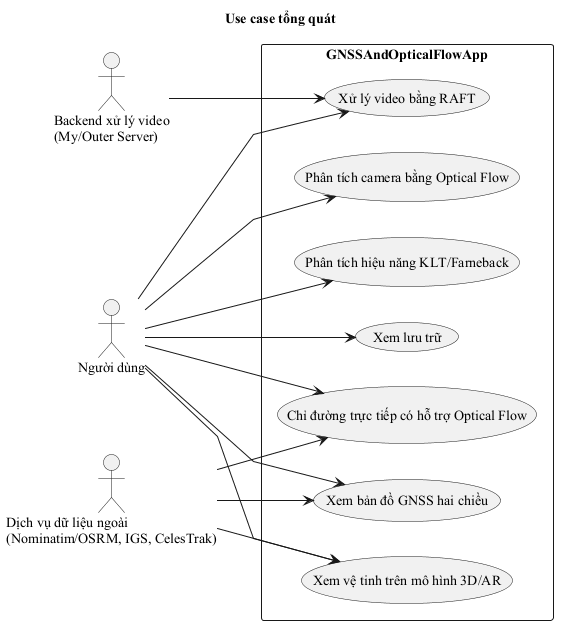
This is figures/usecase_tong_quat.png from thanhmobile080604/My-Thesis-Latex, a PlantUML export, as it was before one commit.
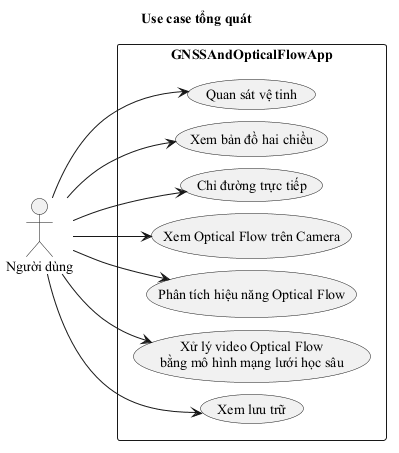
The same diagram one commit later.

Change to the diagram source:
```diff
@@ -1,21 +1,19 @@
 @startuml usecase_tong_quat
 skinparam defaultFontName "Times New Roman"
-skinparam linetype polyline
 left to right direction
+skinparam packageStyle rectangle
+skinparam nodesep 12
 title Use case tổng quát
-skinparam packageStyle rectangle
 
 actor "Người dùng" as User
-actor "Backend xử lý video\n(My/Outer Server)" as Backend
-actor "Dịch vụ dữ liệu ngoài\n(Nominatim/OSRM, IGS, CelesTrak)" as External
 
 rectangle "GNSSAndOpticalFlowApp" {
-  usecase "Xem bản đồ GNSS hai chiều" as UC1
-  usecase "Xem vệ tinh trên mô hình 3D/AR" as UC2
-  usecase "Chỉ đường trực tiếp có hỗ trợ Optical Flow" as UC3
-  usecase "Phân tích camera bằng Optical Flow" as UC4
-  usecase "Phân tích hiệu năng KLT/Farneback" as UC5
-  usecase "Xử lý video bằng RAFT" as UC6
+  usecase "Quan sát vệ tinh" as UC1
+  usecase "Xem bản đồ hai chiều" as UC2
+  usecase "Chỉ đường trực tiếp" as UC3
+  usecase "Xem Optical Flow trên Camera" as UC4
+  usecase "Phân tích hiệu năng Optical Flow" as UC5
+  usecase "Xử lý video Optical Flow\nbằng mô hình mạng lưới học sâu" as UC6
   usecase "Xem lưu trữ" as UC7
 }
 
@@ -26,9 +24,4 @@
 User --> UC5
 User --> UC6
 User --> UC7
-
-External --> UC1
-External --> UC2
-External --> UC3
-Backend --> UC6
 @enduml
```
